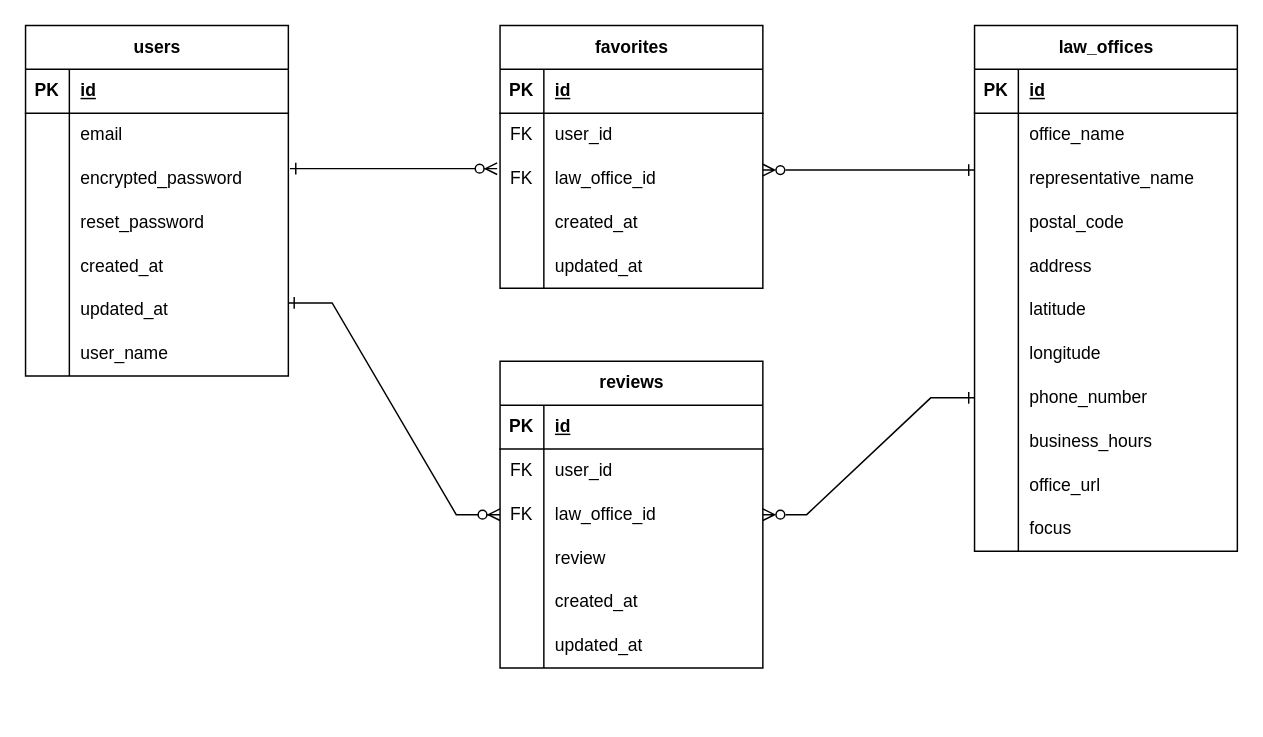
Above: law_office_search_ER.drawio in kawakami1995/law_office_search (draw.io), before the change. Source tidied: cells renumbered, new cells numbered last; positions are measured from the earlier drawing's top-left corner, leaving out a move shared by most shapes. Both pictures are drawn from the tidied source at 146%, with x=0, y=0 at pixel (25, 25).
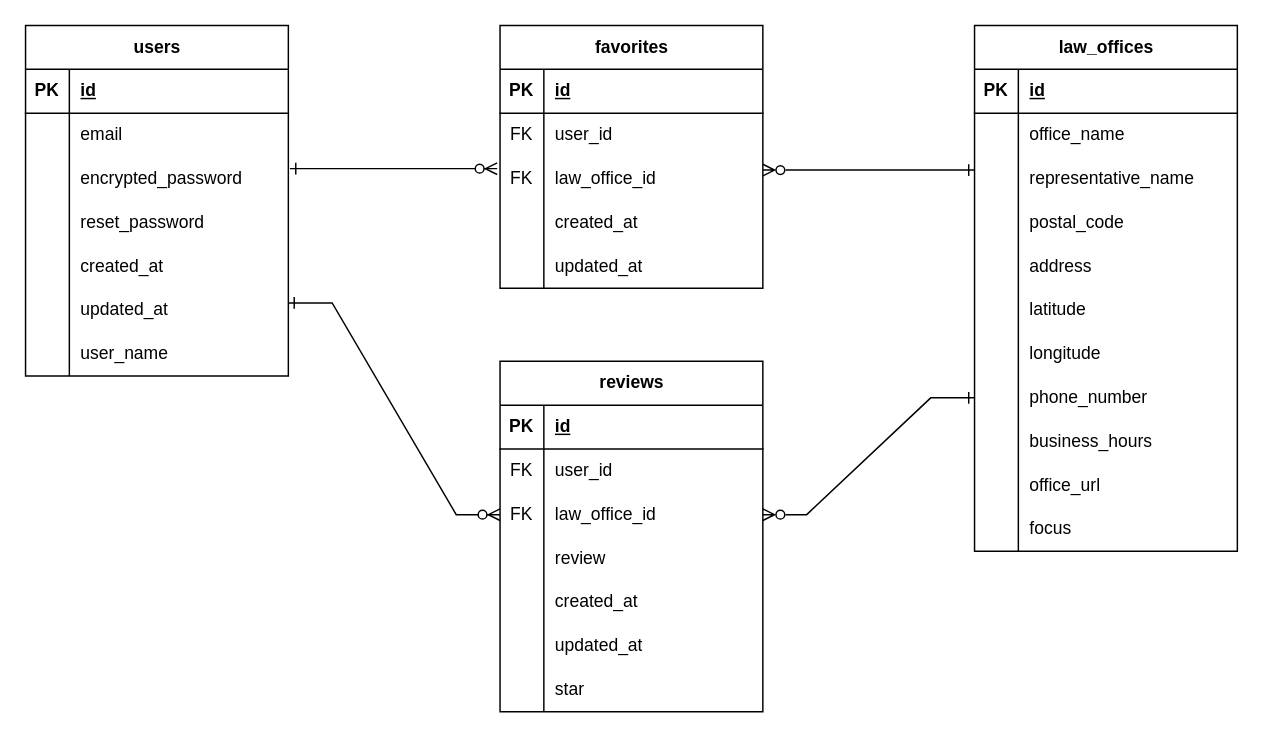
Above is the later version.

Commit message:
law_office_search_ER.drawio を更新します

What changed in the source:
```diff
@@
     <mxCell id="74" value="reviews" style="shape=table;startSize=30;childLayout=tableLayout;rowLines=0;fontStyle=1;align=center;html=1;" parent="1" vertex="1">
-      <mxGeometry x="325" y="230" width="180" height="210" as="geometry" />
+      <mxGeometry x="325" y="230" width="180" height="240" as="geometry" />
     </mxCell>
@@
+    <mxCell id="97" style="shape=tableRow;horizontal=0;startSize=0;swimlaneHead=0;swimlaneBody=0;fillColor=none;top=0;left=0;right=0;bottom=0;" parent="74" vertex="1">
+      <mxGeometry y="210" width="180" height="30" as="geometry" />
+    </mxCell>
+    <mxCell id="98" style="shape=partialRectangle;fillColor=none;top=0;left=0;bottom=0;right=0;overflow=hidden;whiteSpace=wrap;html=1;" parent="97" vertex="1">
+      <mxGeometry width="30" height="30" as="geometry" />
+    </mxCell>
+    <mxCell id="99" value="star" style="shape=partialRectangle;fillColor=none;top=0;left=0;bottom=0;right=0;align=left;spacingLeft=6;overflow=hidden;whiteSpace=wrap;html=1;" parent="97" vertex="1">
+      <mxGeometry x="30" width="150" height="30" as="geometry" />
+    </mxCell>
```
